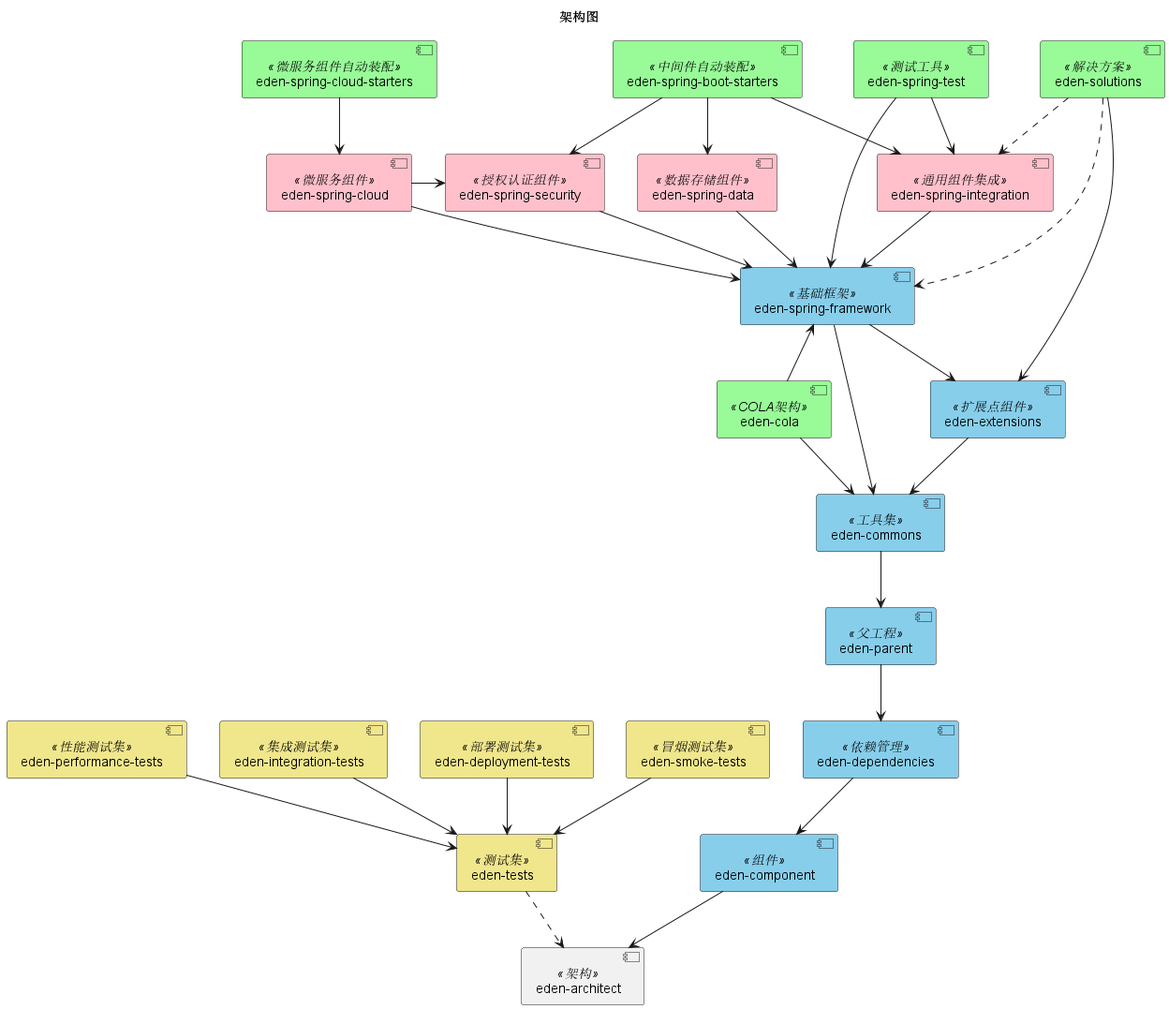
Earlier version of the PlantUML export eden-architect/component.png (shiyindaxiaojie/images).
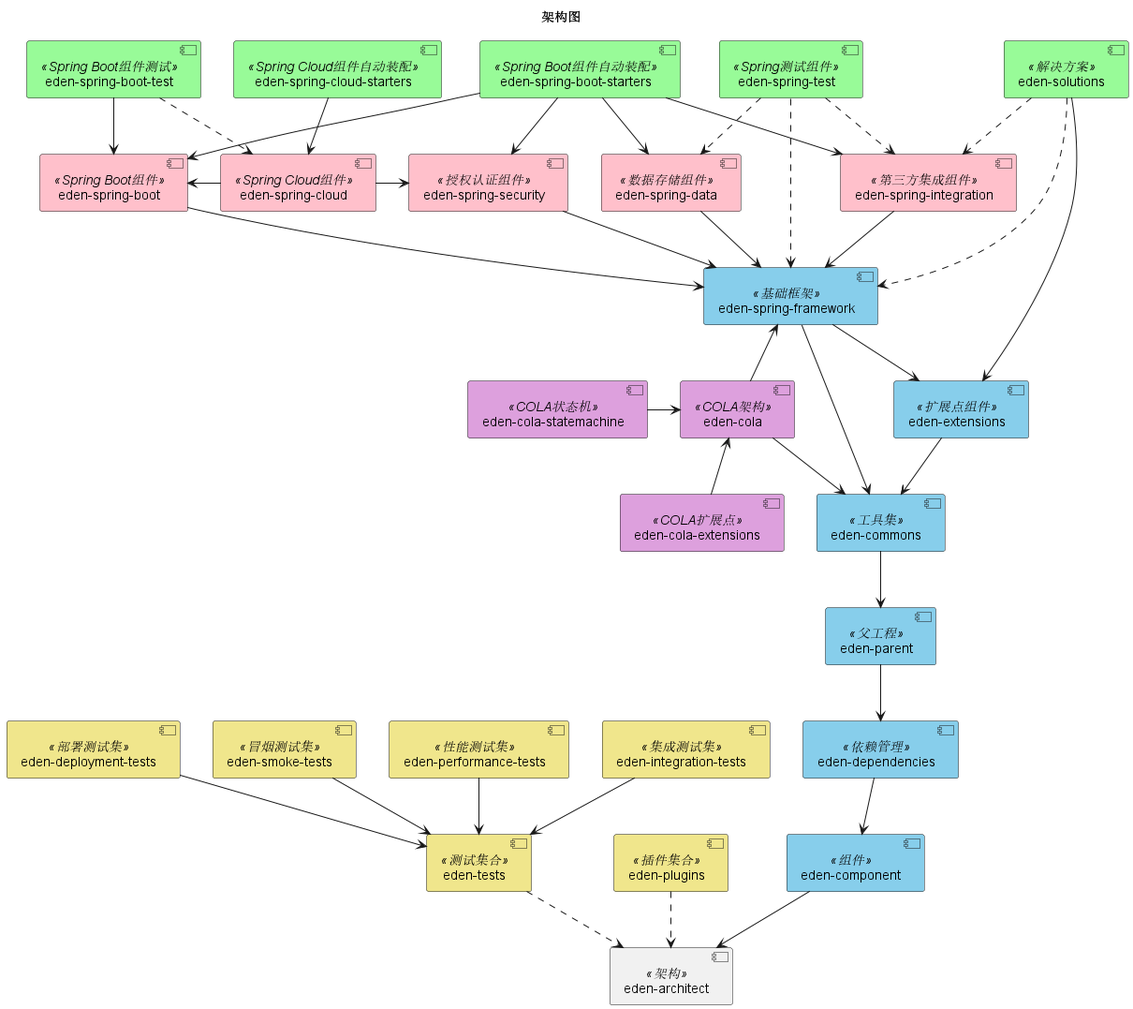
After the change.

Diff of the diagram source:
```diff
@@ -14,18 +14,22 @@
 [eden-parent] <<父工程>>
 [eden-commons] <<工具集>>
 [eden-extensions] <<扩展点组件>>
-[eden-cola] <<COLA架构>>
 [eden-spring-framework] <<基础框架>>
 [eden-spring-data] <<数据存储组件>>
 [eden-spring-security] <<授权认证组件>>
-[eden-spring-integration] <<通用组件集成>>
-[eden-spring-boot-starters] <<中间件自动装配>>
-[eden-spring-cloud] <<微服务组件>>
-[eden-spring-cloud-starters] <<微服务组件自动装配>>
-[eden-spring-test] <<测试工具>>
+[eden-spring-integration] <<第三方集成组件>>
+[eden-spring-boot] <<Spring Boot组件>>
+[eden-spring-boot-test] <<Spring Boot组件测试>>
+[eden-spring-boot-starters] <<Spring Boot组件自动装配>>
+[eden-spring-cloud] <<Spring Cloud组件>>
+[eden-spring-cloud-starters] <<Spring Cloud组件自动装配>>
+[eden-spring-test] <<Spring测试组件>>
 [eden-solutions] <<解决方案>>
-
-[eden-tests] <<测试集>>
+[eden-cola] <<COLA架构>>
+[eden-cola-extensions] <<COLA扩展点>>
+[eden-cola-statemachine] <<COLA状态机>>
+[eden-plugins] <<插件集合>>
+[eden-tests] <<测试集合>>
 [eden-deployment-tests] <<部署测试集>>
 [eden-integration-tests] <<集成测试集>>
 [eden-performance-tests] <<性能测试集>>
@@ -40,15 +44,19 @@
     backgroundColor<<基础框架>> SkyBlue
 	backgroundColor<<数据存储组件>> Pink
 	backgroundColor<<授权认证组件>> Pink
-	backgroundColor<<通用组件集成>> Pink
-	backgroundColor<<微服务组件>> Pink
-	backgroundColor<<COLA架构>> PaleGreen
-    backgroundColor<<中间件自动装配>> PaleGreen
-    backgroundColor<<微服务组件自动装配>> PaleGreen
-    backgroundColor<<测试工具>> PaleGreen
+	backgroundColor<<第三方集成组件>> Pink
+	backgroundColor<<Spring Boot组件>> Pink
+	backgroundColor<<Spring Cloud组件>> Pink
+	backgroundColor<<Spring Boot组件测试>> PaleGreen
+    backgroundColor<<Spring Boot组件自动装配>> PaleGreen
+    backgroundColor<<Spring Cloud组件自动装配>> PaleGreen
+    backgroundColor<<Spring测试组件>> PaleGreen
+    backgroundColor<<COLA架构>> Plum
+    backgroundColor<<COLA扩展点>> Plum
+    backgroundColor<<COLA状态机>> Plum
 	backgroundColor<<解决方案>> PaleGreen
-
-	backgroundColor<<测试集>> Khaki
+    backgroundColor<<插件集合>> Khaki
+	backgroundColor<<测试集合>> Khaki
 	backgroundColor<<部署测试集>> Khaki
 	backgroundColor<<集成测试集>> Khaki
 	backgroundColor<<性能测试集>> Khaki
@@ -60,25 +68,32 @@
 [eden-parent] --> [eden-dependencies]
 [eden-commons] --> [eden-parent]
 [eden-extensions] --> [eden-commons]
-[eden-cola] --> [eden-commons]
-[eden-cola] -u-> [eden-spring-framework]
 [eden-spring-framework] --> [eden-commons]
 [eden-spring-framework] --> [eden-extensions]
+[eden-spring-boot] --> [eden-spring-framework]
 [eden-spring-data] --> [eden-spring-framework]
 [eden-spring-security] --> [eden-spring-framework]
 [eden-spring-integration] --> [eden-spring-framework]
-[eden-spring-cloud] --> [eden-spring-framework]
+[eden-spring-cloud] -l-> [eden-spring-boot]
 [eden-spring-cloud] -r-> [eden-spring-security]
-[eden-spring-test] --> [eden-spring-framework]
-[eden-spring-test] --> [eden-spring-integration]
+[eden-spring-test] ..> [eden-spring-framework]
+[eden-spring-test] ..> [eden-spring-data]
+[eden-spring-test] ..> [eden-spring-integration]
+[eden-spring-boot-starters] --> [eden-spring-boot]
 [eden-spring-boot-starters] --> [eden-spring-data]
 [eden-spring-boot-starters] --> [eden-spring-security]
 [eden-spring-boot-starters] --> [eden-spring-integration]
+[eden-spring-boot-test] --> [eden-spring-boot]
+[eden-spring-boot-test] ..> [eden-spring-cloud]
 [eden-spring-cloud-starters] --> [eden-spring-cloud]
 [eden-solutions] --> [eden-extensions]
 [eden-solutions] ..> [eden-spring-framework]
 [eden-solutions] ..> [eden-spring-integration]
-
+[eden-cola] --> [eden-commons]
+[eden-cola] -u-> [eden-spring-framework]
+[eden-cola-extensions] -u-> [eden-cola]
+[eden-cola-statemachine] -r-> [eden-cola]
+[eden-architect] <.u. [eden-plugins]
 [eden-architect] <.u. [eden-tests]
 [eden-tests] <-u- [eden-deployment-tests]
 [eden-tests] <-u- [eden-integration-tests]
```
